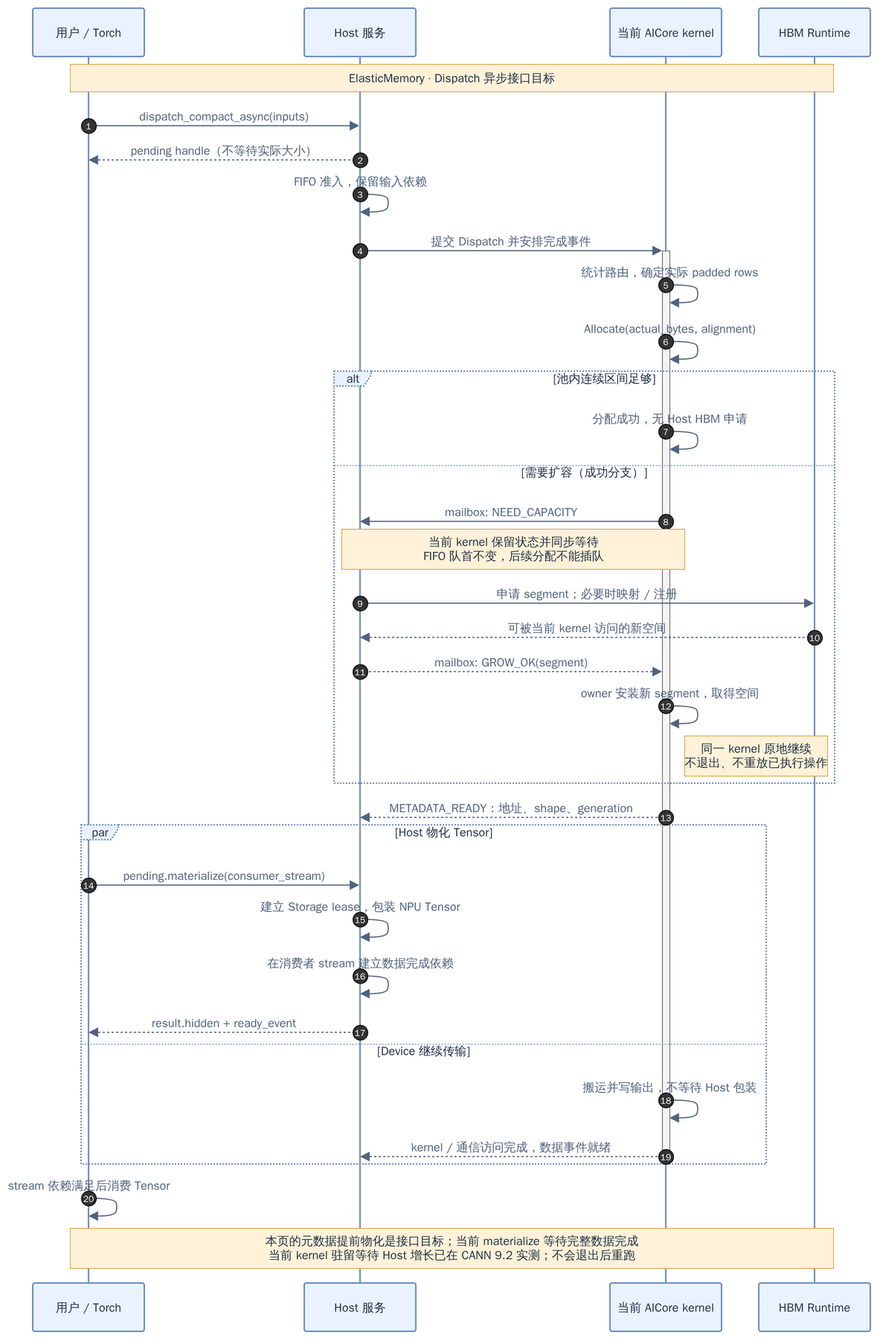
Above: docs/diagrams/elastic-memory/dispatch-sequence.drawio.png in Denver17/TileXR (draw.io), before the change. Source tidied: cells renumbered, new cells last; positions are measured from the earlier drawing's top-left corner, leaving out a move shared by most shapes.
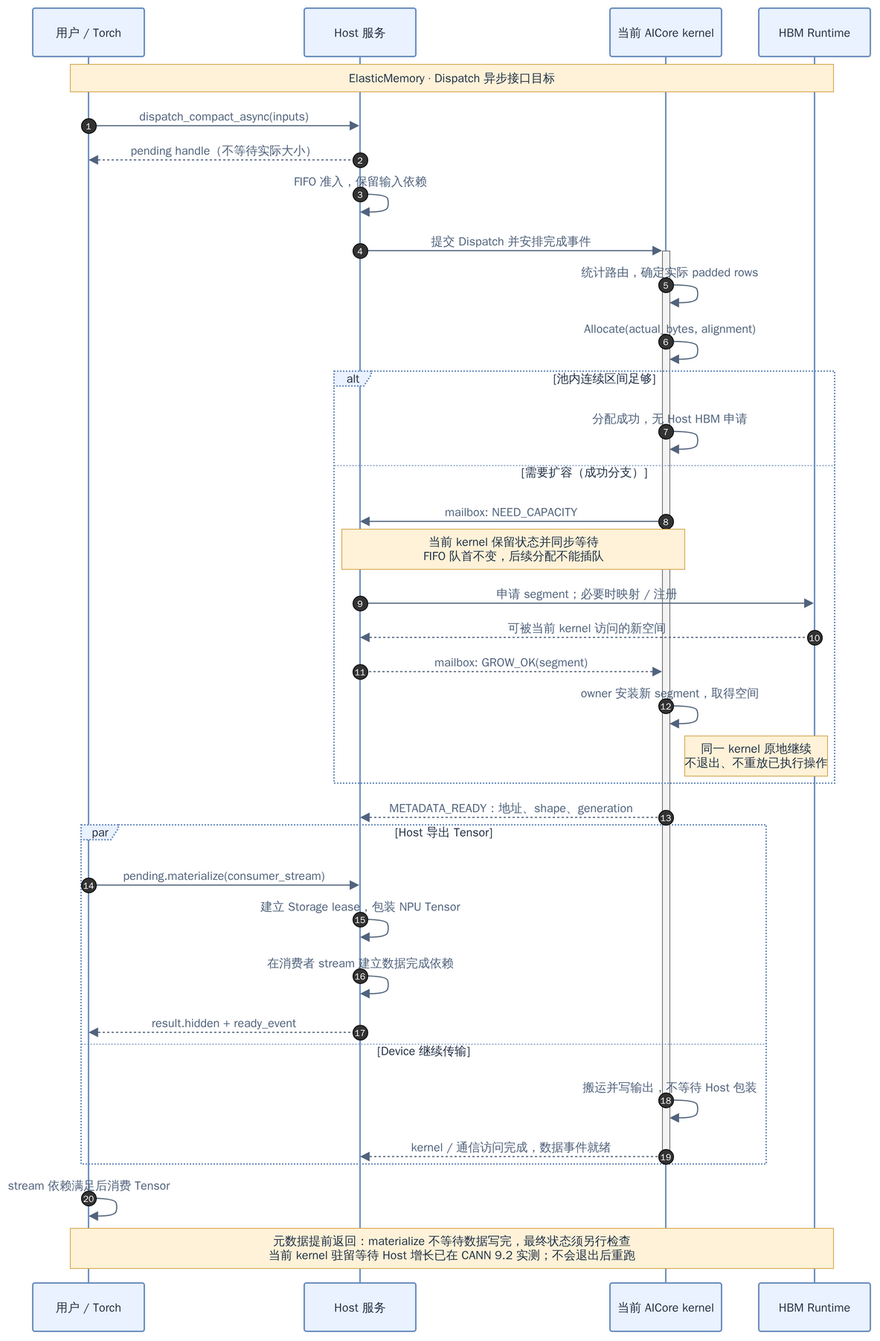
The same file after the commit.

Diff of the diagram source:
```diff
@@ -32,7 +32,7 @@
     <mxCell id="11" value="par" style="html=1;shape=umlFrame;dashed=1;fixDash=1;dashPattern=2 2;strokeWidth=2;fillColor=#EAF2FF;strokeColor=#6C8EBF;fontSize=16;align=center;verticalAlign=middle;fontFamily=Trebuchet MS,Verdana,Arial,sans-serif;fontColor=#243247;height=20;width=50;fontFamily=WenQuanYi Zen Hei;" parent="1" vertex="1">
       <mxGeometry x="90" y="1098" width="921" height="456" as="geometry" />
     </mxCell>
-    <mxCell id="12" value="[Host 物化 Tensor]" style="text;strokeColor=none;fillColor=none;align=center;verticalAlign=middle;whiteSpace=wrap;fontSize=16;fontFamily=Trebuchet MS,Verdana,Arial,sans-serif;fontColor=#243247;fontFamily=WenQuanYi Zen Hei;" parent="11" vertex="1">
+    <mxCell id="12" value="[Host 导出 Tensor]" style="text;strokeColor=none;fillColor=none;align=center;verticalAlign=middle;whiteSpace=wrap;fontSize=16;fontFamily=Trebuchet MS,Verdana,Arial,sans-serif;fontColor=#243247;fontFamily=WenQuanYi Zen Hei;" parent="11" vertex="1">
       <mxGeometry x="54" y="2" width="867" height="16" as="geometry" />
     </mxCell>
     <mxCell id="13" style="shape=line;dashed=1;fixDash=1;dashPattern=2 2;strokeColor=#6C8EBF;fontFamily=WenQuanYi Zen Hei;" parent="11" vertex="1">
@@ -295,7 +295,7 @@
     <mxCell id="66" value="同一 kernel 原地继续&#10;不退出、不重放已执行操作" style="html=1;fillColor=#FFF2D8;strokeColor=#D3A246;fontColor=#243247;fontFamily=Trebuchet MS,Verdana,Arial,sans-serif;fontSize=16;fontFamily=WenQuanYi Zen Hei;" parent="1" vertex="1">
       <mxGeometry x="901" y="978" width="192" height="54" as="geometry" />
     </mxCell>
-    <mxCell id="67" value="本页的元数据提前物化是接口目标；当前 materialize 等待完整数据完成&#10;当前 kernel 驻留等待 Host 增长已在 CANN 9.2 实测；不会退出后重跑" style="html=1;fillColor=#FFF2D8;strokeColor=#D3A246;fontColor=#243247;fontFamily=Trebuchet MS,Verdana,Arial,sans-serif;fontSize=16;fontFamily=WenQuanYi Zen Hei;" parent="1" vertex="1">
+    <mxCell id="67" value="元数据提前返回：materialize 不等待数据写完，最终状态须另行检查&#10;当前 kernel 驻留等待 Host 增长已在 CANN 9.2 实测；不会退出后重跑" style="html=1;fillColor=#FFF2D8;strokeColor=#D3A246;fontColor=#243247;fontFamily=Trebuchet MS,Verdana,Arial,sans-serif;fontSize=16;fontFamily=WenQuanYi Zen Hei;" parent="1" vertex="1">
       <mxGeometry x="75" y="1640" width="1026" height="54" as="geometry" />
     </mxCell>
   </root>
```
